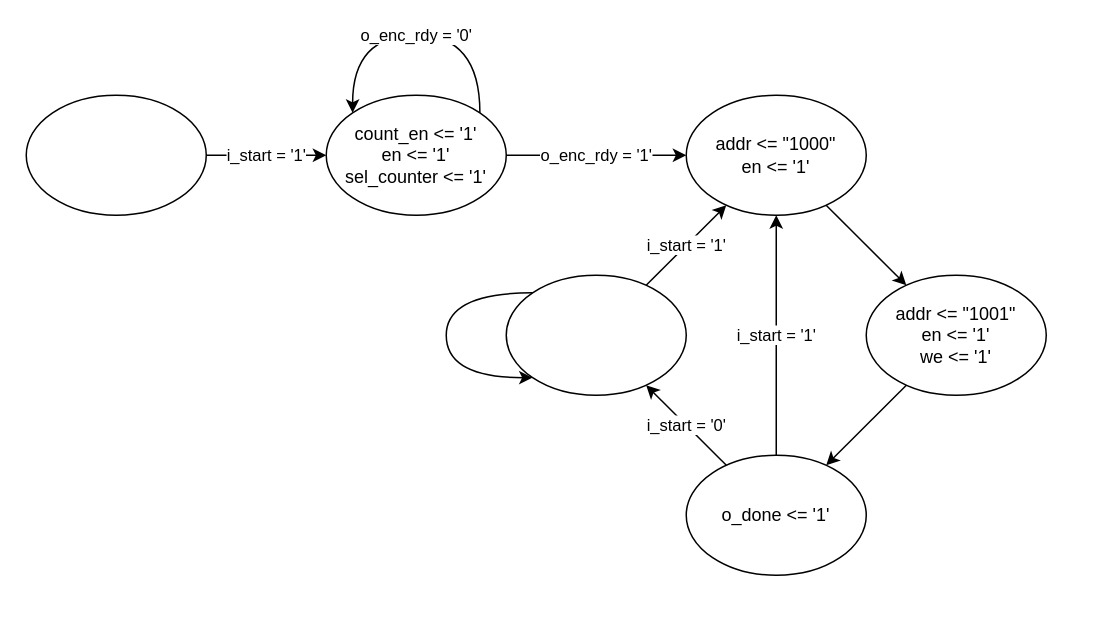
Earlier version of the draw.io diagram page "Page-2" (2 of 2) of schema.drawio (imDema/progetto_reti_logiche). Source tidied: cells renumbered, new cells numbered last; positions are measured from the earlier drawing's top-left corner, leaving out a move shared by most shapes. Both pictures are drawn from the tidied source at 150%, with x=0, y=0 at pixel (26, 34).
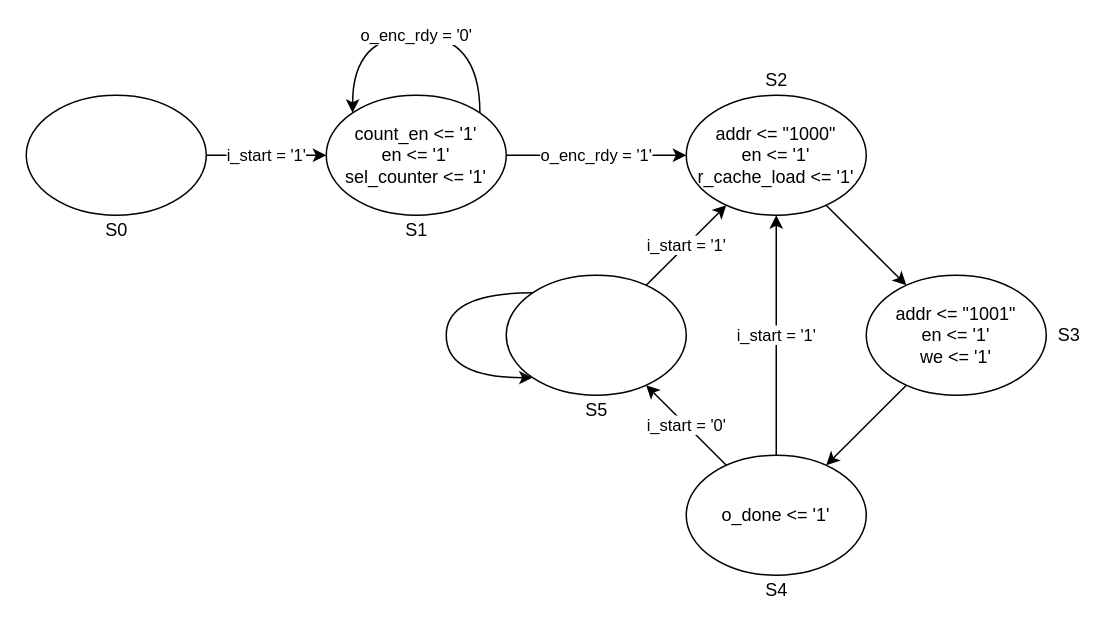
After the change.

Commit message (it also covers changes not shown here):
Add data out cache register Generate inner wz components Reduce wz bits

Change to the diagram source:
```diff
@@
-    <mxCell id="10" value="addr &amp;lt;= &quot;1000&quot;&lt;br&gt;en &amp;lt;= '1'" style="ellipse;whiteSpace=wrap;html=1;rounded=1;" parent="1" vertex="1">
+    <mxCell id="10" value="addr &amp;lt;= &quot;1000&quot;&lt;br&gt;en &amp;lt;= '1'&lt;br&gt;r_cache_load &amp;lt;= '1'" style="ellipse;whiteSpace=wrap;html=1;rounded=1;" parent="1" vertex="1">
       <mxGeometry x="440" y="40" width="120" height="80" as="geometry" />
     </mxCell>
@@
+    <mxCell id="17" value="S0" style="text;html=1;align=center;verticalAlign=middle;" parent="1" vertex="1">
+      <mxGeometry x="45" y="120" width="30" height="20" as="geometry" />
+    </mxCell>
+    <mxCell id="18" value="S1" style="text;html=1;align=center;verticalAlign=middle;" parent="1" vertex="1">
+      <mxGeometry x="245" y="120" width="30" height="20" as="geometry" />
+    </mxCell>
+    <mxCell id="19" value="S2" style="text;html=1;align=center;verticalAlign=middle;" parent="1" vertex="1">
+      <mxGeometry x="485" y="20" width="30" height="20" as="geometry" />
+    </mxCell>
+    <mxCell id="20" value="S3" style="text;html=1;align=center;verticalAlign=middle;" parent="1" vertex="1">
+      <mxGeometry x="680" y="190" width="30" height="20" as="geometry" />
+    </mxCell>
+    <mxCell id="21" value="S4" style="text;html=1;align=center;verticalAlign=middle;" parent="1" vertex="1">
+      <mxGeometry x="485" y="360" width="30" height="20" as="geometry" />
+    </mxCell>
+    <mxCell id="22" value="S5" style="text;html=1;align=center;verticalAlign=middle;" parent="1" vertex="1">
+      <mxGeometry x="365" y="240" width="30" height="20" as="geometry" />
+    </mxCell>
```
